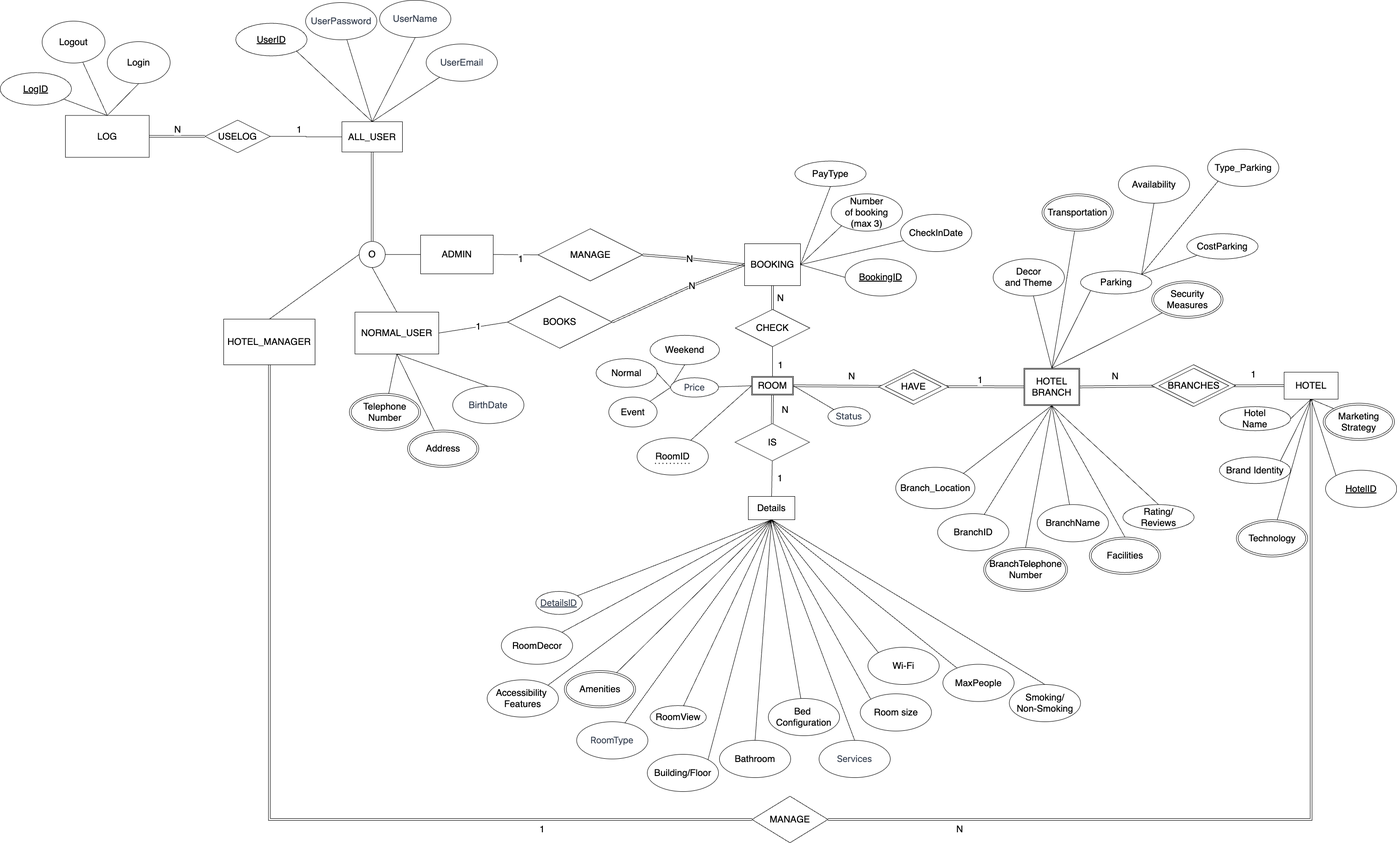
Above: ER-Diagram.drawio.png in yadsun687/DDBProject_SQLcmd (draw.io), before the change. Source tidied: cells renumbered, new cells last; positions are measured from the earlier drawing's top-left corner, leaving out a move shared by most shapes.
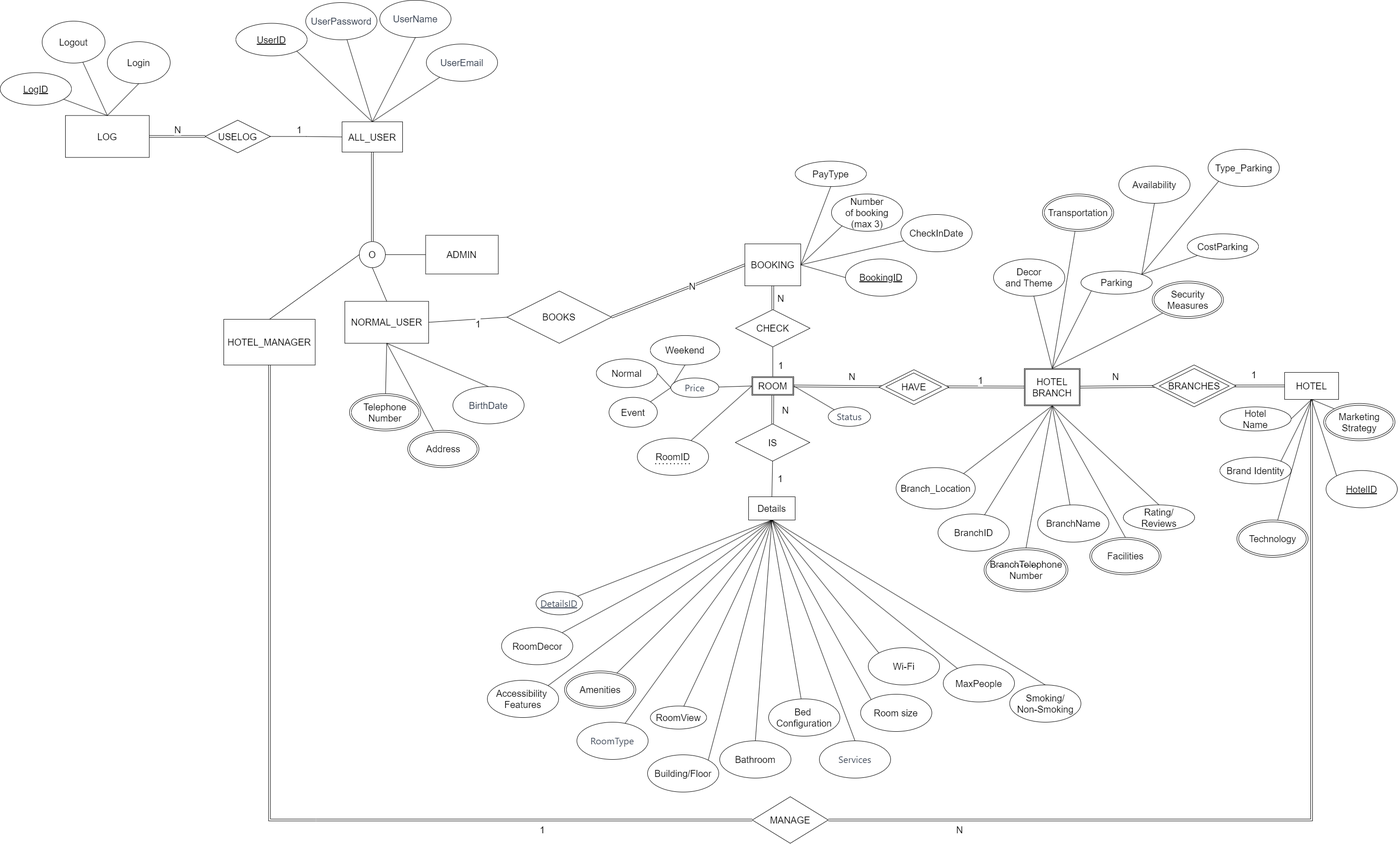
After the change.

Commit message:
Remove ADMIN-BOOKING (manage)

Diff of the diagram source:
```diff
@@ -109,7 +109,7 @@
       <mxGeometry x="771" y="518.2" width="56" height="56" as="geometry" />
     </mxCell>
     <mxCell id="34" value="NORMAL_USER" style="rounded=0;whiteSpace=wrap;html=1;fontSize=20;" parent="1" vertex="1">
-      <mxGeometry x="762" y="670" width="180" height="90" as="geometry" />
+      <mxGeometry x="740" y="646.5" width="180" height="90" as="geometry" />
     </mxCell>
     <mxCell id="35" style="rounded=0;jettySize=auto;html=1;fontSize=20;endArrow=none;endFill=0;entryX=0.5;entryY=1;entryDx=0;entryDy=0;" parent="1" edge="1" source="36" target="34">
       <mxGeometry relative="1" as="geometry" />
@@ -130,7 +130,7 @@
       <mxGeometry relative="1" as="geometry" />
     </mxCell>
     <mxCell id="41" value="BOOKS" style="shape=rhombus;perimeter=rhombusPerimeter;whiteSpace=wrap;html=1;align=center;fontSize=20;" parent="1" vertex="1">
-      <mxGeometry x="1090" y="635.4" width="224.3" height="112.1" as="geometry" />
+      <mxGeometry x="1088.4" y="624.3" width="224.3" height="112.1" as="geometry" />
     </mxCell>
     <mxCell id="42" value="HOTEL BRANCH" style="shape=ext;double=1;rounded=0;whiteSpace=wrap;html=1;fontSize=20;" parent="1" vertex="1">
       <mxGeometry x="2199" y="790.7" width="120" height="80" as="geometry" />
@@ -295,7 +295,7 @@
       <mxGeometry x="1615" y="1710" width="163" height="100" as="geometry" />
     </mxCell>
     <mxCell id="88" value="ADMIN" style="rounded=0;whiteSpace=wrap;html=1;fontSize=20;" parent="1" vertex="1">
-      <mxGeometry x="903" y="504.6" width="156" height="83.1" as="geometry" />
+      <mxGeometry x="913.5" y="504.6" width="156" height="83.1" as="geometry" />
     </mxCell>
     <mxCell id="89" style="edgeStyle=none;rounded=0;jettySize=auto;html=1;entryX=0.5;entryY=1;entryDx=0;entryDy=0;fontSize=20;endArrow=none;endFill=0;exitX=0.5;exitY=0;exitDx=0;exitDy=0;" parent="1" edge="1" source="90" target="34">
       <mxGeometry relative="1" as="geometry" />
@@ -506,26 +506,6 @@
     <mxCell id="157" style="endArrow=none;html=1;rounded=0;fontSize=12;startSize=8;endSize=8;curved=1;exitX=0;exitY=0.5;exitDx=0;exitDy=0;entryX=1;entryY=0.5;entryDx=0;entryDy=0;" parent="1" edge="1" source="41" target="34">
       <mxGeometry relative="1" as="geometry" />
     </mxCell>
-    <mxCell id="158" style="endArrow=none;html=1;rounded=0;fontSize=12;startSize=8;endSize=8;curved=1;exitX=1;exitY=0.5;exitDx=0;exitDy=0;entryX=0;entryY=0.5;entryDx=0;entryDy=0;" parent="1" edge="1" source="88" target="159">
-      <mxGeometry relative="1" as="geometry" />
-    </mxCell>
-    <mxCell id="159" value="MANAGE" style="shape=rhombus;perimeter=rhombusPerimeter;whiteSpace=wrap;html=1;align=center;fontSize=20;" parent="1" vertex="1">
-      <mxGeometry x="1155.5" y="491" width="224.3" height="112.1" as="geometry" />
-    </mxCell>
-    <mxCell id="160" style="edgeStyle=none;rounded=0;jettySize=auto;html=1;entryX=0;entryY=0.5;entryDx=0;entryDy=0;endArrow=none;endFill=0;fontSize=20;shape=link;exitX=1;exitY=0.5;exitDx=0;exitDy=0;" parent="1" edge="1" source="163" target="31">
-      <mxGeometry relative="1" as="geometry" />
-    </mxCell>
-    <mxCell id="161" style="edgeStyle=none;rounded=0;jettySize=auto;html=1;entryX=0;entryY=0.5;entryDx=0;entryDy=0;endArrow=none;endFill=0;fontSize=20;shape=link;exitX=1;exitY=0.5;exitDx=0;exitDy=0;" parent="1" edge="1" source="159" target="163">
-      <mxGeometry relative="1" as="geometry" />
-    </mxCell>
-    <mxCell id="162" value="1" style="edgeLabel;html=1;align=center;verticalAlign=middle;fontSize=20;" parent="161" vertex="1">
-      <mxGeometry x="-0.08" y="-1" relative="1" as="geometry">
-        <mxPoint x="-309" y="4" as="offset" />
-      </mxGeometry>
-    </mxCell>
-    <mxCell id="163" value="N" style="edgeLabel;html=1;align=center;verticalAlign=middle;points=[];fontSize=20;" parent="1" vertex="1">
-      <mxGeometry x="1478.9" y="555.4" width="5" as="geometry" />
-    </mxCell>
     <mxCell id="164" style="edgeStyle=none;rounded=0;jettySize=auto;html=1;entryX=0;entryY=0.5;entryDx=0;entryDy=0;endArrow=none;endFill=0;fontSize=20;shape=link;exitX=1;exitY=0.5;exitDx=0;exitDy=0;" parent="1" edge="1" source="41" target="166">
       <mxGeometry relative="1" as="geometry" />
     </mxCell>
```
